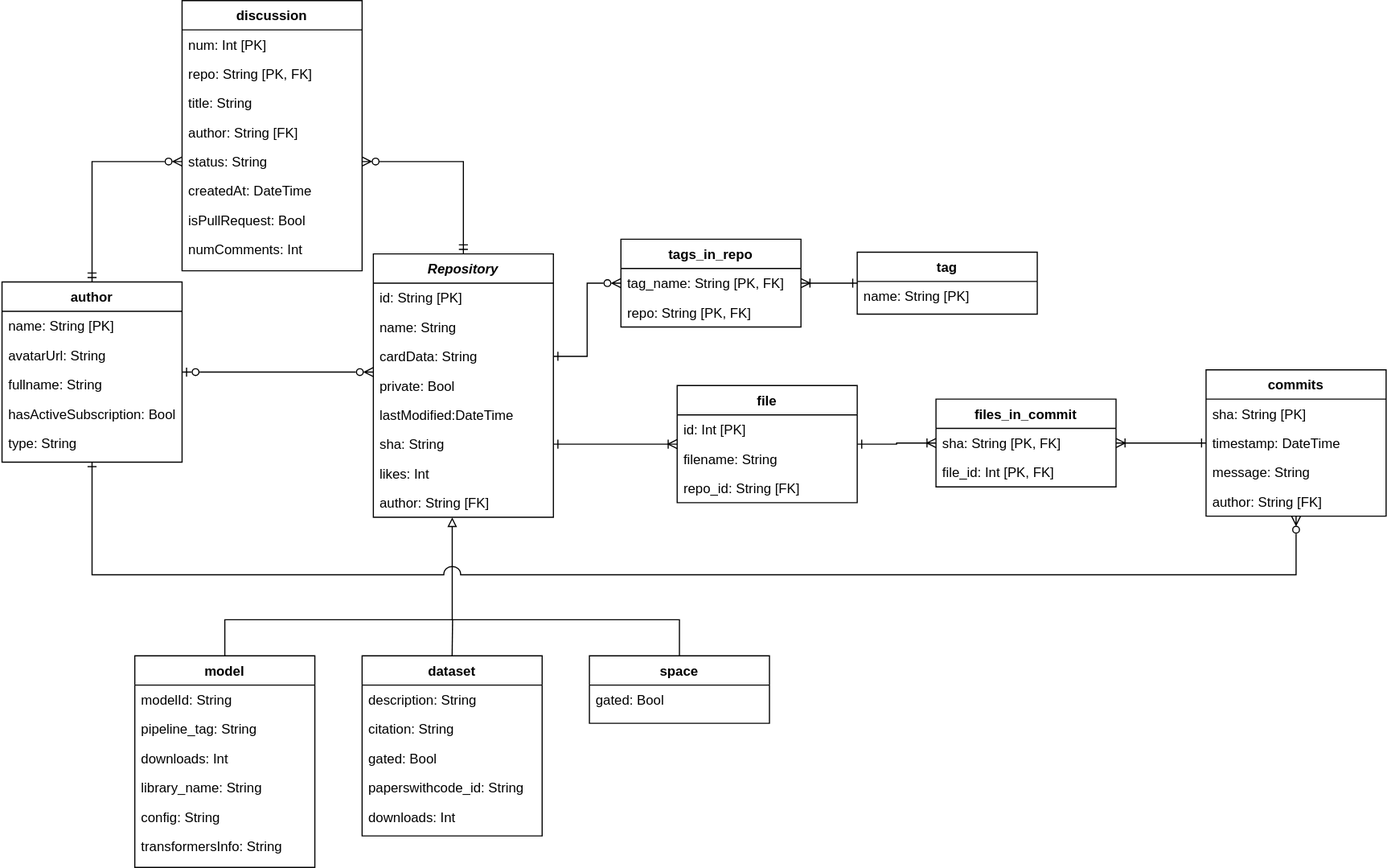
Above: resources/figs/databaseDiagram.svg in SOM-Research/HFCommunity (draw.io), before the change. Source tidied: cells renumbered, new cells last; positions are measured from the earlier drawing's top-left corner, leaving out a move shared by most shapes.
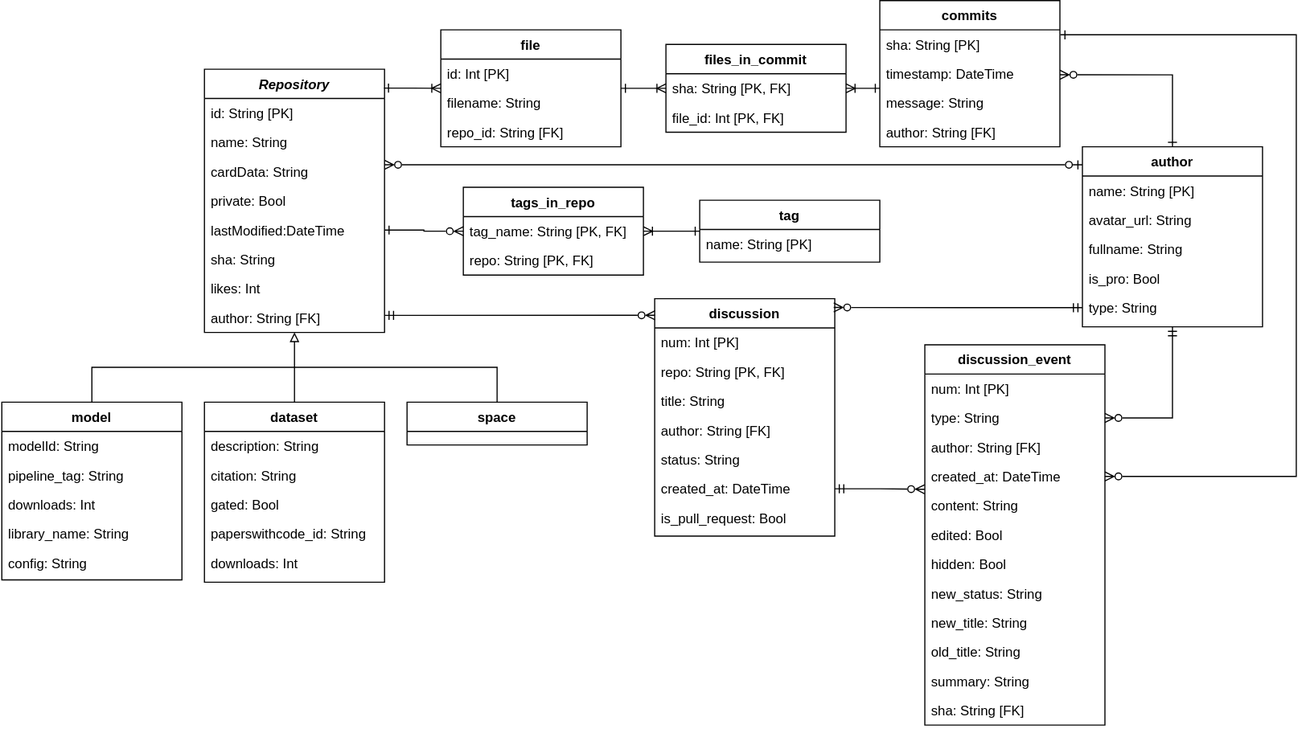
Later version of the same file.

What changed in the source:
```diff
@@ -4,12 +4,4 @@
     <mxCell id="1" parent="0" />
-    <mxCell id="2" style="edgeStyle=orthogonalEdgeStyle;rounded=0;jettySize=auto;html=1;exitX=0.5;exitY=0;exitDx=0;exitDy=0;endArrow=block;endFill=0;strokeColor=#000000;strokeWidth=1;entryX=0.438;entryY=1.003;entryDx=0;entryDy=0;entryPerimeter=0;" parent="1" edge="1" source="3" target="47">
-      <mxGeometry relative="1" as="geometry">
-        <Array as="points">
-          <mxPoint x="198" y="550" />
-          <mxPoint x="400" y="550" />
-        </Array>
-      </mxGeometry>
-    </mxCell>
     <mxCell id="3" value="model" style="swimlane;fontStyle=1;align=center;verticalAlign=top;horizontal=1;startSize=26;rounded=0;shadow=0;strokeWidth=1;strokeColor=#000000;" parent="1" vertex="1">
-      <mxGeometry x="118" y="582" width="160" height="188" as="geometry" />
+      <mxGeometry x="150" y="521" width="160" height="158" as="geometry" />
     </mxCell>
@@ -30,12 +22,7 @@
     </mxCell>
-    <mxCell id="9" value="transformersInfo: String" style="text;align=left;verticalAlign=top;spacingLeft=4;spacingRight=4;overflow=hidden;strokeWidth=2;" parent="3" vertex="1">
-      <mxGeometry y="156" width="160" height="26" as="geometry" />
-    </mxCell>
-    <mxCell id="10" style="edgeStyle=orthogonalEdgeStyle;rounded=0;jumpStyle=arc;jumpSize=15;jettySize=auto;html=1;exitX=0.5;exitY=0;exitDx=0;exitDy=0;startArrow=none;startFill=0;endArrow=none;endFill=0;" parent="1" edge="1" source="11">
-      <mxGeometry relative="1" as="geometry">
-        <mxPoint x="400.4" y="550" as="targetPoint" />
-      </mxGeometry>
+    <mxCell id="10" style="edgeStyle=orthogonalEdgeStyle;rounded=0;jumpStyle=arc;jumpSize=15;jettySize=auto;html=1;exitX=0.5;exitY=0;exitDx=0;exitDy=0;startArrow=none;startFill=0;endArrow=block;endFill=0;" parent="1" edge="1" source="11" target="39">
+      <mxGeometry relative="1" as="geometry" />
     </mxCell>
     <mxCell id="11" value="dataset" style="swimlane;fontStyle=1;align=center;verticalAlign=top;horizontal=1;startSize=26;rounded=0;shadow=0;strokeWidth=1;strokeColor=#000000;" parent="1" vertex="1">
-      <mxGeometry x="320" y="582" width="160" height="160" as="geometry" />
+      <mxGeometry x="330" y="521" width="160" height="160" as="geometry" />
     </mxCell>
@@ -56,18 +43,15 @@
     </mxCell>
-    <mxCell id="17" style="edgeStyle=orthogonalEdgeStyle;rounded=0;jumpStyle=arc;jumpSize=15;jettySize=auto;html=1;startArrow=none;startFill=0;endArrow=none;endFill=0;" parent="1" edge="1" source="18">
-      <mxGeometry relative="1" as="geometry">
-        <mxPoint x="400" y="550" as="targetPoint" />
-        <Array as="points">
-          <mxPoint x="602" y="550" />
-        </Array>
-      </mxGeometry>
-    </mxCell>
+    <mxCell id="70" style="edgeStyle=orthogonalEdgeStyle;rounded=0;jettySize=auto;html=1;exitX=0.5;exitY=0;exitDx=0;exitDy=0;startArrow=none;startFill=0;endArrow=none;endFill=0;entryX=0.5;entryY=0;entryDx=0;entryDy=0;" parent="1" edge="1" source="18" target="3">
+      <mxGeometry relative="1" as="geometry">
+        <Array as="points">
+          <mxPoint x="590" y="490" />
+          <mxPoint x="230" y="490" />
+        </Array>
+      </mxGeometry>
+    </mxCell>
     <mxCell id="18" value="space" style="swimlane;fontStyle=1;align=center;verticalAlign=top;horizontal=1;startSize=26;rounded=0;shadow=0;strokeWidth=1;strokeColor=#000000;" parent="1" vertex="1">
-      <mxGeometry x="522" y="582" width="160" height="60" as="geometry" />
+      <mxGeometry x="510" y="521" width="160" height="38" as="geometry" />
     </mxCell>
-    <mxCell id="19" value="gated: Bool" style="text;align=left;verticalAlign=top;spacingLeft=4;spacingRight=4;overflow=hidden;fontStyle=0;strokeWidth=2;" parent="18" vertex="1">
-      <mxGeometry y="26" width="160" height="26" as="geometry" />
-    </mxCell>
     <mxCell id="20" value="tag" style="swimlane;fontStyle=1;align=center;verticalAlign=top;horizontal=1;startSize=26;rounded=0;shadow=0;strokeWidth=1;strokeColor=#000000;" parent="1" vertex="1">
-      <mxGeometry x="760" y="223.5" width="160" height="55" as="geometry" />
+      <mxGeometry x="770" y="341.5" width="160" height="55" as="geometry" />
     </mxCell>
@@ -77,3 +61,3 @@
     <mxCell id="22" value="discussion" style="swimlane;fontStyle=1;align=center;verticalAlign=top;horizontal=1;startSize=26;rounded=0;shadow=0;strokeWidth=1;strokeColor=#000000;" parent="1" vertex="1">
-      <mxGeometry x="160" width="160" height="240" as="geometry" />
+      <mxGeometry x="730" y="429" width="160" height="211" as="geometry" />
     </mxCell>
@@ -94,16 +78,10 @@
     </mxCell>
-    <mxCell id="28" value="createdAt: DateTime " style="text;align=left;verticalAlign=top;spacingLeft=4;spacingRight=4;overflow=hidden;points=[[0,0.5],[1,0.5]];portConstraint=eastwest;rounded=0;shadow=0;html=0;strokeWidth=2;" parent="22" vertex="1">
+    <mxCell id="28" value="created_at: DateTime " style="text;align=left;verticalAlign=top;spacingLeft=4;spacingRight=4;overflow=hidden;points=[[0,0.5],[1,0.5]];portConstraint=eastwest;rounded=0;shadow=0;html=0;strokeWidth=2;" parent="22" vertex="1">
       <mxGeometry y="156" width="160" height="26" as="geometry" />
     </mxCell>
-    <mxCell id="29" value="isPullRequest: Bool" style="text;align=left;verticalAlign=top;spacingLeft=4;spacingRight=4;overflow=hidden;rounded=0;shadow=0;html=0;strokeWidth=2;" parent="22" vertex="1">
+    <mxCell id="29" value="is_pull_request: Bool" style="text;align=left;verticalAlign=top;spacingLeft=4;spacingRight=4;overflow=hidden;rounded=0;shadow=0;html=0;strokeWidth=2;" parent="22" vertex="1">
       <mxGeometry y="182" width="160" height="26" as="geometry" />
     </mxCell>
-    <mxCell id="30" value="numComments: Int" style="text;align=left;verticalAlign=top;spacingLeft=4;spacingRight=4;overflow=hidden;rounded=0;shadow=0;html=0;strokeWidth=2;" parent="22" vertex="1">
-      <mxGeometry y="208" width="160" height="26" as="geometry" />
-    </mxCell>
-    <mxCell id="31" style="edgeStyle=orthogonalEdgeStyle;rounded=0;jettySize=auto;html=1;exitX=0.5;exitY=0;exitDx=0;exitDy=0;endArrow=ERzeroToMany;endFill=0;strokeColor=#000000;strokeWidth=1;entryX=0;entryY=0.5;entryDx=0;entryDy=0;startArrow=ERmandOne;startFill=0;" parent="1" edge="1" source="32" target="27">
-      <mxGeometry relative="1" as="geometry" />
-    </mxCell>
     <mxCell id="32" value="author" style="swimlane;fontStyle=1;align=center;verticalAlign=top;horizontal=1;startSize=26;rounded=0;shadow=0;strokeWidth=1;strokeColor=#000000;" parent="1" vertex="1">
-      <mxGeometry y="250" width="160" height="160" as="geometry" />
+      <mxGeometry x="1110" y="294" width="160" height="160" as="geometry" />
     </mxCell>
@@ -112,3 +90,3 @@
     </mxCell>
-    <mxCell id="34" value="avatarUrl: String" style="text;align=left;verticalAlign=top;spacingLeft=4;spacingRight=4;overflow=hidden;strokeWidth=2;" parent="32" vertex="1">
+    <mxCell id="34" value="avatar_url: String" style="text;align=left;verticalAlign=top;spacingLeft=4;spacingRight=4;overflow=hidden;strokeWidth=2;" parent="32" vertex="1">
       <mxGeometry y="52" width="160" height="26" as="geometry" />
@@ -118,3 +96,3 @@
     </mxCell>
-    <mxCell id="36" value="hasActiveSubscription: Bool" style="text;align=left;verticalAlign=top;spacingLeft=4;spacingRight=4;overflow=hidden;rounded=0;shadow=0;html=0;strokeWidth=2;" parent="32" vertex="1">
+    <mxCell id="36" value="is_pro: Bool" style="text;align=left;verticalAlign=top;spacingLeft=4;spacingRight=4;overflow=hidden;rounded=0;shadow=0;html=0;strokeWidth=2;" parent="32" vertex="1">
       <mxGeometry y="104" width="160" height="26" as="geometry" />
@@ -124,7 +102,7 @@
     </mxCell>
-    <mxCell id="38" style="edgeStyle=orthogonalEdgeStyle;rounded=0;jettySize=auto;html=1;endArrow=ERzeroToOne;endFill=0;strokeColor=#000000;strokeWidth=1;startArrow=ERzeroToMany;startFill=0;" parent="1" edge="1" source="39" target="32">
+    <mxCell id="38" style="edgeStyle=orthogonalEdgeStyle;rounded=0;jettySize=auto;html=1;endArrow=ERzeroToOne;endFill=0;strokeColor=#000000;strokeWidth=1;startArrow=ERzeroToMany;startFill=0;exitX=1;exitY=0.269;exitDx=0;exitDy=0;exitPerimeter=0;" parent="1" edge="1" source="42" target="32">
       <mxGeometry relative="1" as="geometry">
         <Array as="points">
-          <mxPoint x="280" y="330" />
-          <mxPoint x="280" y="330" />
+          <mxPoint x="980" y="310" />
+          <mxPoint x="980" y="310" />
         </Array>
@@ -163,3 +141,3 @@
     <mxCell id="49" value="file" style="swimlane;fontStyle=1;align=center;verticalAlign=top;horizontal=1;startSize=26;rounded=0;shadow=0;strokeWidth=1;strokeColor=#000000;" parent="1" vertex="1">
-      <mxGeometry x="600" y="342" width="160" height="104" as="geometry" />
+      <mxGeometry x="540" y="190" width="160" height="104" as="geometry" />
     </mxCell>
@@ -174,6 +152,6 @@
     </mxCell>
-    <mxCell id="53" style="edgeStyle=orthogonalEdgeStyle;rounded=0;jettySize=auto;html=1;exitX=1;exitY=0.5;exitDx=0;exitDy=0;entryX=0.5;entryY=0;entryDx=0;entryDy=0;endArrow=ERmandOne;endFill=0;strokeColor=#000000;strokeWidth=1;startArrow=ERzeroToMany;startFill=0;" parent="1" edge="1" source="27" target="39">
+    <mxCell id="53" style="edgeStyle=orthogonalEdgeStyle;rounded=0;jettySize=auto;html=1;exitX=0.002;exitY=0.07;exitDx=0;exitDy=0;endArrow=ERmandOne;endFill=0;strokeColor=#000000;strokeWidth=1;startArrow=ERzeroToMany;startFill=0;exitPerimeter=0;entryX=1;entryY=0.416;entryDx=0;entryDy=0;entryPerimeter=0;" parent="1" edge="1" source="22" target="47">
       <mxGeometry relative="1" as="geometry" />
     </mxCell>
-    <mxCell id="54" style="edgeStyle=orthogonalEdgeStyle;rounded=0;jettySize=auto;html=1;exitX=1;exitY=0.5;exitDx=0;exitDy=0;endArrow=ERoneToMany;endFill=0;startArrow=ERone;startFill=0;" parent="1" edge="1" source="45" target="49">
+    <mxCell id="54" style="edgeStyle=orthogonalEdgeStyle;rounded=0;jettySize=auto;html=1;endArrow=ERoneToMany;endFill=0;startArrow=ERone;startFill=0;exitX=0.997;exitY=0.072;exitDx=0;exitDy=0;exitPerimeter=0;" parent="1" edge="1" source="39" target="49">
       <mxGeometry relative="1" as="geometry" />
@@ -181,3 +159,3 @@
     <mxCell id="55" value="tags_in_repo" style="swimlane;fontStyle=1;align=center;verticalAlign=top;horizontal=1;startSize=26;rounded=0;shadow=0;strokeWidth=1;strokeColor=#000000;" parent="1" vertex="1">
-      <mxGeometry x="550" y="212" width="160" height="78" as="geometry" />
+      <mxGeometry x="560" y="330" width="160" height="78" as="geometry" />
     </mxCell>
@@ -189,3 +167,3 @@
     </mxCell>
-    <mxCell id="58" style="edgeStyle=orthogonalEdgeStyle;rounded=0;jettySize=auto;html=1;exitX=1;exitY=0.5;exitDx=0;exitDy=0;entryX=0;entryY=0.5;entryDx=0;entryDy=0;endArrow=ERzeroToMany;endFill=0;startArrow=ERone;startFill=0;" parent="1" edge="1" source="42" target="56">
+    <mxCell id="58" style="edgeStyle=orthogonalEdgeStyle;rounded=0;jettySize=auto;html=1;exitX=1;exitY=0.5;exitDx=0;exitDy=0;entryX=0;entryY=0.5;entryDx=0;entryDy=0;endArrow=ERzeroToMany;endFill=0;startArrow=ERone;startFill=0;" parent="1" edge="1" source="44" target="56">
       <mxGeometry relative="1" as="geometry" />
@@ -195,7 +173,9 @@
     </mxCell>
-    <mxCell id="60" style="edgeStyle=orthogonalEdgeStyle;rounded=0;jettySize=auto;html=1;startArrow=ERoneToMany;startFill=0;endArrow=ERone;endFill=0;" parent="1" edge="1" source="61" target="65">
-      <mxGeometry relative="1" as="geometry" />
+    <mxCell id="60" style="edgeStyle=orthogonalEdgeStyle;rounded=0;jettySize=auto;html=1;startArrow=ERoneToMany;startFill=0;endArrow=ERone;endFill=0;exitX=1;exitY=0.5;exitDx=0;exitDy=0;" parent="1" edge="1" source="62">
+      <mxGeometry relative="1" as="geometry">
+        <mxPoint x="930" y="242" as="targetPoint" />
+      </mxGeometry>
     </mxCell>
     <mxCell id="61" value="files_in_commit" style="swimlane;fontStyle=1;align=center;verticalAlign=top;horizontal=1;startSize=26;rounded=0;shadow=0;strokeWidth=1;strokeColor=#000000;" parent="1" vertex="1">
-      <mxGeometry x="830" y="354" width="160" height="78" as="geometry" />
+      <mxGeometry x="740" y="203" width="160" height="78" as="geometry" />
     </mxCell>
@@ -207,7 +187,6 @@
     </mxCell>
-    <mxCell id="64" style="edgeStyle=orthogonalEdgeStyle;rounded=0;jettySize=auto;html=1;startArrow=ERzeroToMany;startFill=0;endArrow=ERone;endFill=0;jumpStyle=arc;jumpSize=15;" parent="1" edge="1" source="65" target="32">
+    <mxCell id="64" style="edgeStyle=orthogonalEdgeStyle;rounded=0;jettySize=auto;html=1;startArrow=ERzeroToMany;startFill=0;endArrow=ERone;endFill=0;jumpStyle=arc;jumpSize=15;entryX=0.5;entryY=0;entryDx=0;entryDy=0;exitX=1;exitY=0.538;exitDx=0;exitDy=0;exitPerimeter=0;" parent="1" edge="1" source="67" target="32">
       <mxGeometry relative="1" as="geometry">
         <Array as="points">
-          <mxPoint x="1150" y="510" />
-          <mxPoint x="80" y="510" />
+          <mxPoint x="1190" y="230" />
         </Array>
@@ -216,3 +195,3 @@
     <mxCell id="65" value="commits" style="swimlane;fontStyle=1;align=center;verticalAlign=top;horizontal=1;startSize=26;rounded=0;shadow=0;strokeWidth=1;strokeColor=#000000;" parent="1" vertex="1">
-      <mxGeometry x="1070" y="328" width="160" height="130" as="geometry" />
+      <mxGeometry x="930" y="164" width="160" height="130" as="geometry" />
     </mxCell>
@@ -230,2 +209,58 @@
     </mxCell>
+    <mxCell id="71" value="discussion_event" style="swimlane;fontStyle=1;align=center;verticalAlign=top;horizontal=1;startSize=26;rounded=0;shadow=0;strokeWidth=1;strokeColor=#000000;" parent="1" vertex="1">
+      <mxGeometry x="970" y="470" width="160" height="338" as="geometry" />
+    </mxCell>
+    <mxCell id="72" value="num: Int [PK]" style="text;align=left;verticalAlign=top;spacingLeft=4;spacingRight=4;overflow=hidden;strokeWidth=2;" parent="71" vertex="1">
+      <mxGeometry y="26" width="160" height="26" as="geometry" />
+    </mxCell>
+    <mxCell id="73" value="type: String" style="text;align=left;verticalAlign=top;spacingLeft=4;spacingRight=4;overflow=hidden;points=[[0,0.5],[1,0.5]];portConstraint=eastwest;rounded=0;shadow=0;html=0;strokeWidth=2;" parent="71" vertex="1">
+      <mxGeometry y="52" width="160" height="26" as="geometry" />
+    </mxCell>
+    <mxCell id="74" value="author: String [FK]" style="text;align=left;verticalAlign=top;spacingLeft=4;spacingRight=4;overflow=hidden;rounded=0;shadow=0;html=0;strokeWidth=2;" parent="71" vertex="1">
+      <mxGeometry y="78" width="160" height="26" as="geometry" />
+    </mxCell>
+    <mxCell id="75" value="created_at: DateTime" style="text;align=left;verticalAlign=top;spacingLeft=4;spacingRight=4;overflow=hidden;points=[[0,0.5],[1,0.5]];portConstraint=eastwest;rounded=0;shadow=0;html=0;strokeWidth=2;" parent="71" vertex="1">
+      <mxGeometry y="104" width="160" height="26" as="geometry" />
+    </mxCell>
+    <mxCell id="76" value="content: String" style="text;align=left;verticalAlign=top;spacingLeft=4;spacingRight=4;overflow=hidden;rounded=0;shadow=0;html=0;strokeWidth=2;" parent="71" vertex="1">
+      <mxGeometry y="130" width="160" height="26" as="geometry" />
+    </mxCell>
+    <mxCell id="77" value="edited: Bool" style="text;align=left;verticalAlign=top;spacingLeft=4;spacingRight=4;overflow=hidden;rounded=0;shadow=0;html=0;strokeWidth=2;" parent="71" vertex="1">
+      <mxGeometry y="156" width="160" height="26" as="geometry" />
+    </mxCell>
+    <mxCell id="78" value="hidden: Bool" style="text;align=left;verticalAlign=top;spacingLeft=4;spacingRight=4;overflow=hidden;rounded=0;shadow=0;html=0;strokeWidth=2;" parent="71" vertex="1">
+      <mxGeometry y="182" width="160" height="26" as="geometry" />
+    </mxCell>
+    <mxCell id="79" value="new_status: String" style="text;align=left;verticalAlign=top;spacingLeft=4;spacingRight=4;overflow=hidden;rounded=0;shadow=0;html=0;strokeWidth=2;" parent="71" vertex="1">
+      <mxGeometry y="208" width="160" height="26" as="geometry" />
+    </mxCell>
+    <mxCell id="80" value="new_title: String" style="text;align=left;verticalAlign=top;spacingLeft=4;spacingRight=4;overflow=hidden;rounded=0;shadow=0;html=0;strokeWidth=2;" parent="71" vertex="1">
+      <mxGeometry y="234" width="160" height="26" as="geometry" />
+    </mxCell>
+    <mxCell id="81" value="old_title: String" style="text;align=left;verticalAlign=top;spacingLeft=4;spacingRight=4;overflow=hidden;rounded=0;shadow=0;html=0;strokeWidth=2;" parent="71" vertex="1">
+      <mxGeometry y="260" width="160" height="26" as="geometry" />
+    </mxCell>
+    <mxCell id="82" value="summary: String" style="text;align=left;verticalAlign=top;spacingLeft=4;spacingRight=4;overflow=hidden;rounded=0;shadow=0;html=0;strokeWidth=2;" parent="71" vertex="1">
+      <mxGeometry y="286" width="160" height="26" as="geometry" />
+    </mxCell>
+    <mxCell id="83" value="sha: String [FK]" style="text;align=left;verticalAlign=top;spacingLeft=4;spacingRight=4;overflow=hidden;rounded=0;shadow=0;html=0;strokeWidth=2;" parent="71" vertex="1">
+      <mxGeometry y="312" width="160" height="26" as="geometry" />
+    </mxCell>
+    <mxCell id="84" style="edgeStyle=orthogonalEdgeStyle;rounded=0;jettySize=auto;html=1;exitX=0;exitY=0.5;exitDx=0;exitDy=0;entryX=0.994;entryY=0.037;entryDx=0;entryDy=0;entryPerimeter=0;startArrow=ERmandOne;startFill=0;endArrow=ERzeroToMany;endFill=0;" parent="1" edge="1" source="37" target="22">
+      <mxGeometry relative="1" as="geometry" />
+    </mxCell>
+    <mxCell id="85" style="edgeStyle=orthogonalEdgeStyle;rounded=0;jettySize=auto;html=1;exitX=1;exitY=0.5;exitDx=0;exitDy=0;startArrow=ERmandOne;startFill=0;endArrow=ERzeroToMany;endFill=0;entryX=-0.001;entryY=0.938;entryDx=0;entryDy=0;entryPerimeter=0;" parent="1" edge="1" source="28" target="75">
+      <mxGeometry relative="1" as="geometry" />
+    </mxCell>
+    <mxCell id="86" style="edgeStyle=orthogonalEdgeStyle;rounded=0;jettySize=auto;html=1;exitX=1;exitY=0.5;exitDx=0;exitDy=0;entryX=1.003;entryY=0.171;entryDx=0;entryDy=0;entryPerimeter=0;startArrow=ERzeroToMany;startFill=0;endArrow=ERone;endFill=0;" parent="1" edge="1" source="75" target="66">
+      <mxGeometry relative="1" as="geometry">
+        <Array as="points">
+          <mxPoint x="1300" y="587" />
+          <mxPoint x="1300" y="194" />
+        </Array>
+      </mxGeometry>
+    </mxCell>
+    <mxCell id="87" style="edgeStyle=orthogonalEdgeStyle;rounded=0;jettySize=auto;html=1;exitX=1;exitY=0.5;exitDx=0;exitDy=0;entryX=0.5;entryY=1;entryDx=0;entryDy=0;startArrow=ERzeroToMany;startFill=0;endArrow=ERmandOne;endFill=0;" parent="1" edge="1" source="73" target="32">
+      <mxGeometry relative="1" as="geometry" />
+    </mxCell>
   </root>
```
